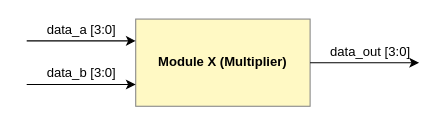
LQLManZz/AES128-Verilog keeps this draw.io diagram as diagram/drawio/Inv/ModuleX.drawio. Above is the earlier version. Source tidied: cells renumbered, new cells numbered last; positions are measured from the earlier drawing's top-left corner, leaving out a move shared by most shapes. Both pictures are drawn from the tidied source at 109%, with x=0, y=0 at pixel (26, 19).
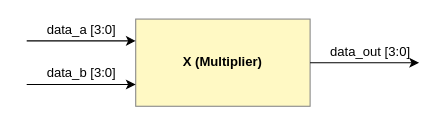
The same diagram, later.

The edit, as a diff of the source:
```diff
@@
 <mxGraphModel>
   <root>
     <mxCell id="0" />
     <mxCell id="1" parent="0" />
-    <mxCell id="2" value="Module X (Multiplier)" style="rounded=0;whiteSpace=wrap;html=1;fillColor=#FFF9C4;strokeColor=#888;color:#000000;fontStyle=1;" parent="1" vertex="1">
+    <mxCell id="2" value="X (Multiplier)" style="rounded=0;whiteSpace=wrap;html=1;fillColor=#FFF9C4;strokeColor=#888;color:#000000;fontStyle=1;" parent="1" vertex="1">
       <mxGeometry x="100" width="160" height="80" as="geometry" />
     </mxCell>
     <mxCell id="3" style="endArrow=classic;html=1;entryX=0;entryY=0.25;entryDx=0;entryDy=0;" parent="1" edge="1" target="2">
       <mxGeometry relative="1" as="geometry">
         <mxPoint y="20" as="sourcePoint" />
       </mxGeometry>
     </mxCell>
     <mxCell id="4" value="data_a [3:0]" style="text;html=1;align=center;verticalAlign=middle;strokeColor=none;fillColor=none;" parent="1" vertex="1">
       <mxGeometry x="10" width="80" height="20" as="geometry" />
     </mxCell>
     <mxCell id="5" style="endArrow=classic;html=1;entryX=0;entryY=0.75;entryDx=0;entryDy=0;" parent="1" edge="1" target="2">
       <mxGeometry relative="1" as="geometry">
         <mxPoint y="60" as="sourcePoint" />
       </mxGeometry>
     </mxCell>
     <mxCell id="6" value="data_b [3:0]" style="text;html=1;align=center;verticalAlign=middle;strokeColor=none;fillColor=none;" parent="1" vertex="1">
       <mxGeometry x="10" y="40" width="80" height="20" as="geometry" />
     </mxCell>
     <mxCell id="7" style="endArrow=classic;html=1;exitX=1;exitY=0.5;exitDx=0;exitDy=0;" parent="1" edge="1" source="2">
       <mxGeometry relative="1" as="geometry">
         <mxPoint x="360" y="40" as="targetPoint" />
       </mxGeometry>
     </mxCell>
     <mxCell id="8" value="data_out [3:0]" style="text;html=1;align=center;verticalAlign=middle;strokeColor=none;fillColor=none;" parent="1" vertex="1">
       <mxGeometry x="270" y="20" width="90" height="20" as="geometry" />
     </mxCell>
   </root>
 </mxGraphModel>
```
